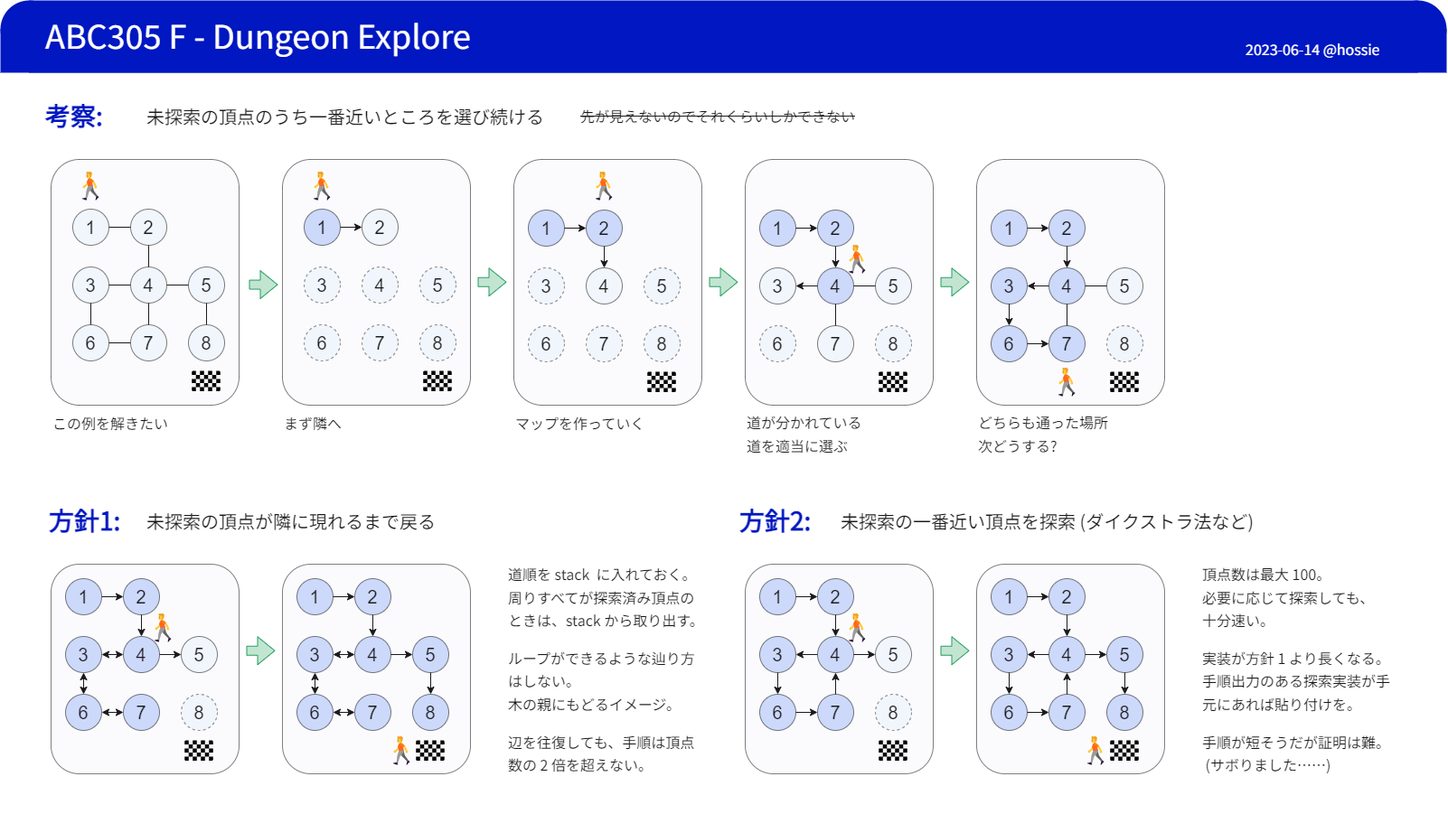
The draw.io diagram abc/abc305-f.drawio.png in hossy3/atcoder-solution-slides, before a commit. Source tidied: cells renumbered, new cells last; positions are measured from the earlier drawing's top-left corner, leaving out a move shared by most shapes.
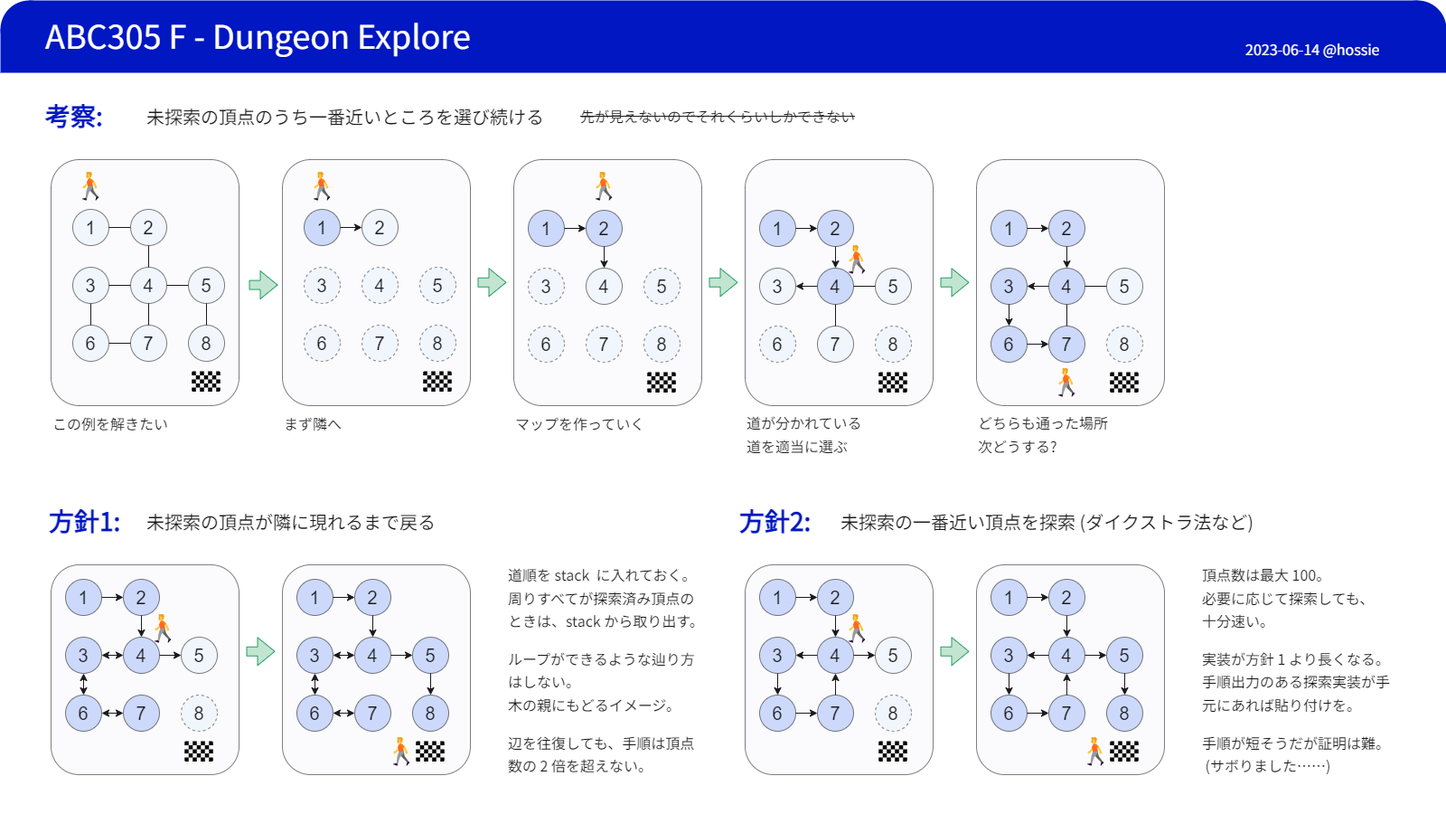
Later version of the same file.

Change to the diagram source:
```diff
@@ -2,30 +2,30 @@
   <root>
     <mxCell id="0" />
     <mxCell id="1" parent="0" />
-    <mxCell id="2" style="rounded=0;whiteSpace=wrap;html=1;fillColor=#FFFFFF;fontColor=#333333;strokeColor=none;" parent="1" vertex="1">
-      <mxGeometry y="80" width="1600" height="820" as="geometry" />
+    <mxCell id="2" style="rounded=0;whiteSpace=wrap;html=1;strokeWidth=0;shadow=0;strokeColor=none;" parent="1" vertex="1">
+      <mxGeometry y="48" width="1600" height="820" as="geometry" />
     </mxCell>
-    <mxCell id="3" style="ellipse;whiteSpace=wrap;html=1;fillColor=#FFFFFF;strokeColor=none;" parent="1" vertex="1">
+    <mxCell id="3" style="ellipse;whiteSpace=wrap;html=1;fillColor=#FFFFFF;strokeColor=none;strokeWidth=0;shadow=0;" parent="1" vertex="1">
       <mxGeometry y="836" width="64" height="64" as="geometry" />
     </mxCell>
-    <mxCell id="4" style="ellipse;whiteSpace=wrap;html=1;fillColor=#FFFFFF;strokeColor=none;" parent="1" vertex="1">
+    <mxCell id="4" style="ellipse;whiteSpace=wrap;html=1;fillColor=#FFFFFF;strokeColor=none;strokeWidth=0;shadow=0;" parent="1" vertex="1">
       <mxGeometry x="1536" y="836" width="64" height="64" as="geometry" />
     </mxCell>
-    <mxCell id="5" style="rounded=0;whiteSpace=wrap;html=1;fillColor=#FFFFFF;fontColor=#333333;strokeColor=none;" parent="1" vertex="1">
+    <mxCell id="5" style="rounded=0;whiteSpace=wrap;html=1;fillColor=#FFFFFF;fontColor=#333333;strokeColor=none;strokeWidth=0;shadow=0;" parent="1" vertex="1">
       <mxGeometry x="32" y="820" width="1536" height="80" as="geometry" />
     </mxCell>
     <mxCell id="6" value="Background-Title" parent="0" />
-    <mxCell id="7" style="ellipse;whiteSpace=wrap;html=1;fillColor=#0017C1;strokeColor=none;" parent="6" vertex="1">
+    <mxCell id="7" style="ellipse;whiteSpace=wrap;html=1;fillColor=#0017C1;strokeColor=none;shadow=0;strokeWidth=0;" parent="6" vertex="1">
       <mxGeometry width="64" height="64" as="geometry" />
     </mxCell>
-    <mxCell id="8" style="ellipse;whiteSpace=wrap;html=1;fillColor=#0017C1;strokeColor=none;" parent="6" vertex="1">
+    <mxCell id="8" style="ellipse;whiteSpace=wrap;html=1;fillColor=#0017C1;strokeColor=none;shadow=0;strokeWidth=0;" parent="6" vertex="1">
       <mxGeometry x="1536" width="64" height="64" as="geometry" />
     </mxCell>
-    <mxCell id="9" style="rounded=0;whiteSpace=wrap;html=1;fillColor=#0017C1;fontColor=#333333;strokeColor=none;" parent="6" vertex="1">
+    <mxCell id="9" style="rounded=0;whiteSpace=wrap;html=1;fillColor=#0017C1;fontColor=#333333;strokeColor=none;shadow=0;strokeWidth=0;" parent="6" vertex="1">
       <mxGeometry y="32" width="1600" height="48" as="geometry" />
     </mxCell>
-    <mxCell id="10" style="rounded=0;whiteSpace=wrap;html=1;fillColor=#0017C1;fontColor=#333333;strokeColor=none;" parent="6" vertex="1">
-      <mxGeometry x="32" width="1536" height="80" as="geometry" />
+    <mxCell id="10" style="rounded=0;whiteSpace=wrap;html=1;fillColor=#0017C1;fontColor=#333333;strokeColor=none;shadow=0;strokeWidth=0;" parent="6" vertex="1">
+      <mxGeometry x="32" width="1536" height="64" as="geometry" />
     </mxCell>
     <mxCell id="11" value="Title" parent="0" />
     <mxCell id="12" value="&lt;font face=&quot;Noto Sans JP&quot; color=&quot;#ffffff&quot; style=&quot;font-size: 36px;&quot;&gt;ABC305 F -&amp;nbsp;&lt;/font&gt;&lt;font face=&quot;Noto Sans JP&quot; color=&quot;#ffffff&quot;&gt;Dungeon Explore&lt;/font&gt;" style="text;html=1;strokeColor=none;fillColor=none;align=left;verticalAlign=middle;whiteSpace=wrap;rounded=0;fontSize=36;" parent="11" vertex="1">
```
